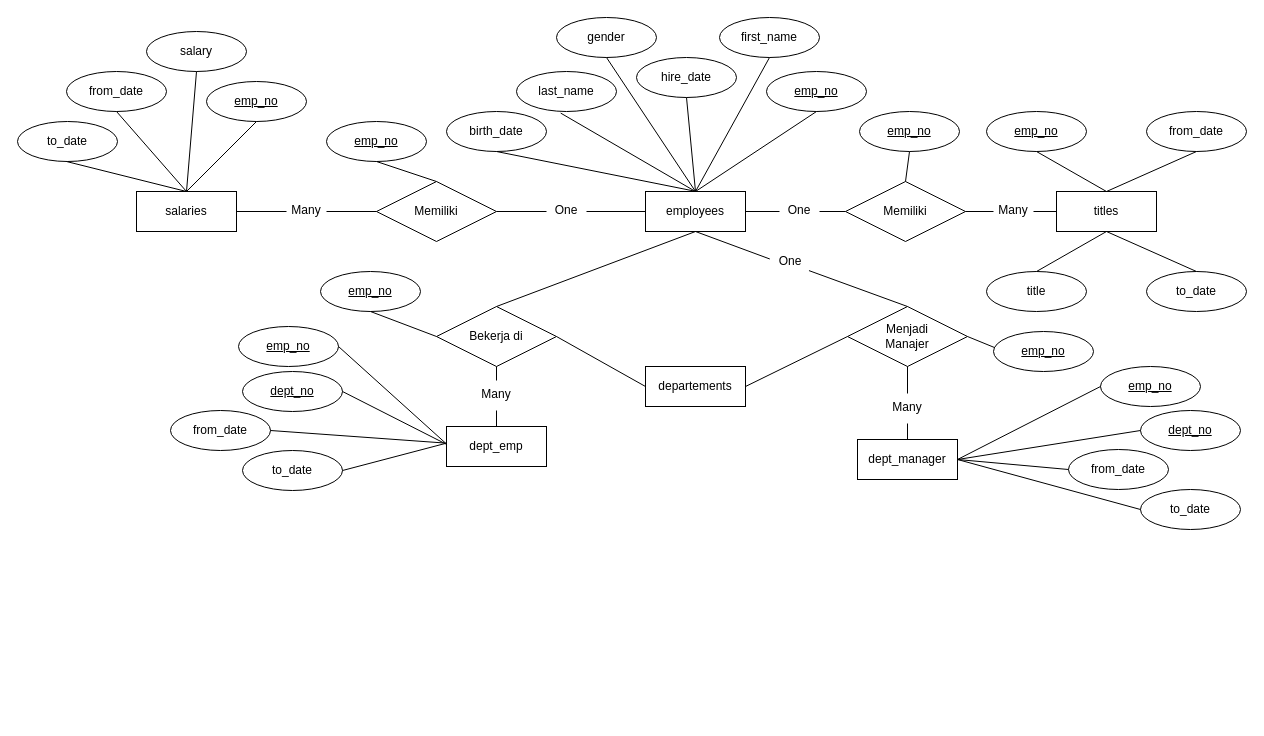
dapzz-id/DrawIO keeps this draw.io diagram as ERD1.drawio. Above is the earlier version. Source tidied: cells renumbered, new cells numbered last; positions are measured from the earlier drawing's top-left corner, leaving out a move shared by most shapes. Both pictures are drawn from the tidied source at 100%, with x=0, y=0 at pixel (17, 17).
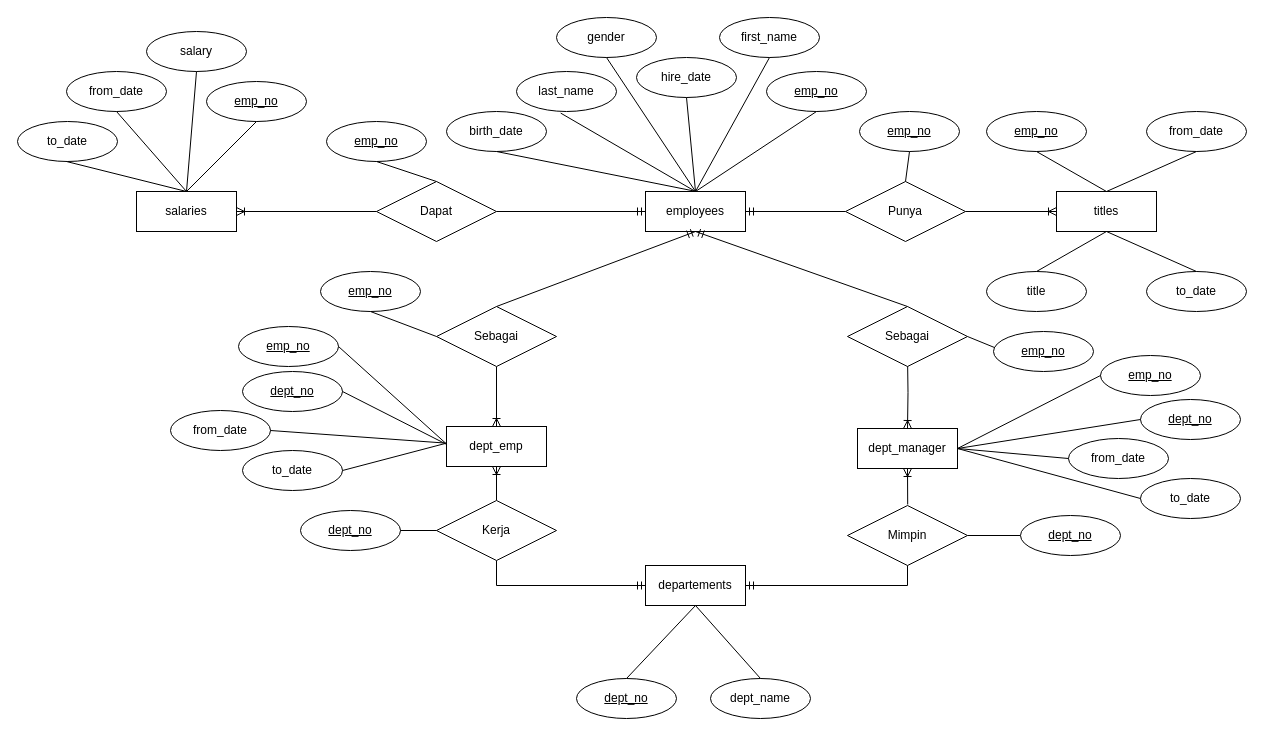
After the change.

Unchanged cells that the change refers to:
```xml
<mxCell id="4" value="employees" style="whiteSpace=wrap;html=1;align=center;" parent="1" vertex="1">
  <mxGeometry x="628" y="174" width="100" height="40" as="geometry" />
</mxCell>
<mxCell id="10" value="titles" style="whiteSpace=wrap;html=1;align=center;" parent="1" vertex="1">
  <mxGeometry x="1039" y="174" width="100" height="40" as="geometry" />
</mxCell>
<mxCell id="24" value="salaries" style="whiteSpace=wrap;html=1;align=center;" parent="1" vertex="1">
  <mxGeometry x="119" y="174" width="100" height="40" as="geometry" />
</mxCell>
<mxCell id="64" value="dept_emp" style="whiteSpace=wrap;html=1;align=center;" parent="1" vertex="1">
  <mxGeometry x="429" y="409" width="100" height="40" as="geometry" />
</mxCell>
```

The edit, as a diff of the source:
```diff
@@
-    <mxCell id="2" style="edgeStyle=orthogonalEdgeStyle;rounded=0;jettySize=auto;html=1;exitX=1;exitY=0.5;exitDx=0;exitDy=0;entryX=0;entryY=0.5;entryDx=0;entryDy=0;endArrow=none;endFill=0;" parent="1" edge="1" source="40" target="9">
-      <mxGeometry relative="1" as="geometry" />
-    </mxCell>
-    <mxCell id="3" style="edgeStyle=orthogonalEdgeStyle;rounded=0;jettySize=auto;html=1;exitX=0;exitY=0.5;exitDx=0;exitDy=0;endArrow=none;endFill=0;" parent="1" edge="1" source="42" target="26">
-      <mxGeometry relative="1" as="geometry" />
-    </mxCell>
+    <mxCell id="88" style="edgeStyle=orthogonalEdgeStyle;rounded=0;jettySize=auto;html=1;exitX=1;exitY=0.5;exitDx=0;exitDy=0;entryX=0;entryY=0.5;entryDx=0;entryDy=0;endArrow=none;endFill=0;startArrow=ERmandOne;startFill=0;" parent="1" edge="1" source="4" target="9">
+      <mxGeometry relative="1" as="geometry" />
+    </mxCell>
@@
-    <mxCell id="8" style="edgeStyle=orthogonalEdgeStyle;rounded=0;jettySize=auto;html=1;exitX=1;exitY=0.5;exitDx=0;exitDy=0;entryX=0;entryY=0.5;entryDx=0;entryDy=0;endArrow=none;endFill=0;" parent="1" edge="1" source="46" target="10">
-      <mxGeometry relative="1" as="geometry" />
-    </mxCell>
+    <mxCell id="89" style="edgeStyle=orthogonalEdgeStyle;rounded=0;jettySize=auto;html=1;exitX=1;exitY=0.5;exitDx=0;exitDy=0;entryX=0;entryY=0.5;entryDx=0;entryDy=0;endArrow=ERoneToMany;endFill=0;" parent="1" edge="1" source="9" target="10">
+      <mxGeometry relative="1" as="geometry" />
+    </mxCell>
-    <mxCell id="9" value="Memiliki" style="shape=rhombus;perimeter=rhombusPerimeter;whiteSpace=wrap;html=1;align=center;" parent="1" vertex="1">
+    <mxCell id="9" value="Punya" style="shape=rhombus;perimeter=rhombusPerimeter;whiteSpace=wrap;html=1;align=center;" parent="1" vertex="1">
       <mxGeometry x="828" y="164" width="120" height="60" as="geometry" />
     </mxCell>
@@
+    <mxCell id="90" style="edgeStyle=orthogonalEdgeStyle;rounded=0;jettySize=auto;html=1;exitX=1;exitY=0.5;exitDx=0;exitDy=0;entryX=0;entryY=0.5;entryDx=0;entryDy=0;endArrow=none;endFill=0;startArrow=ERoneToMany;startFill=0;" parent="1" edge="1" source="24" target="26">
+      <mxGeometry relative="1" as="geometry" />
+    </mxCell>
@@
-    <mxCell id="25" style="edgeStyle=orthogonalEdgeStyle;rounded=0;jettySize=auto;html=1;exitX=0;exitY=0.5;exitDx=0;exitDy=0;entryX=1;entryY=0.5;entryDx=0;entryDy=0;endArrow=none;endFill=0;" parent="1" edge="1" source="44" target="24">
-      <mxGeometry relative="1" as="geometry" />
-    </mxCell>
+    <mxCell id="91" style="edgeStyle=orthogonalEdgeStyle;rounded=0;jettySize=auto;html=1;exitX=1;exitY=0.5;exitDx=0;exitDy=0;entryX=0;entryY=0.5;entryDx=0;entryDy=0;endArrow=ERmandOne;endFill=0;startArrow=none;startFill=0;" parent="1" edge="1" source="26" target="4">
+      <mxGeometry relative="1" as="geometry" />
+    </mxCell>
-    <mxCell id="26" value="Memiliki" style="shape=rhombus;perimeter=rhombusPerimeter;whiteSpace=wrap;html=1;align=center;" parent="1" vertex="1">
+    <mxCell id="26" value="Dapat" style="shape=rhombus;perimeter=rhombusPerimeter;whiteSpace=wrap;html=1;align=center;" parent="1" vertex="1">
       <mxGeometry x="359" y="164" width="120" height="60" as="geometry" />
     </mxCell>
@@
-    <mxCell id="39" style="edgeStyle=orthogonalEdgeStyle;rounded=0;jettySize=auto;html=1;exitX=1;exitY=0.5;exitDx=0;exitDy=0;entryX=0;entryY=0.5;entryDx=0;entryDy=0;endArrow=none;endFill=0;" parent="1" edge="1" source="4" target="40">
-      <mxGeometry relative="1" as="geometry" />
-    </mxCell>
-    <mxCell id="40" value="One" style="text;strokeColor=none;fillColor=none;spacingLeft=4;spacingRight=4;overflow=hidden;points=[[0,0.5],[1,0.5]];portConstraint=eastwest;fontSize=12;whiteSpace=wrap;html=1;align=center;" parent="1" vertex="1">
-      <mxGeometry x="762" y="179" width="40" height="30" as="geometry" />
-    </mxCell>
-    <mxCell id="41" style="edgeStyle=orthogonalEdgeStyle;rounded=0;jettySize=auto;html=1;exitX=0;exitY=0.5;exitDx=0;exitDy=0;endArrow=none;endFill=0;" parent="1" edge="1" source="4" target="42">
-      <mxGeometry relative="1" as="geometry" />
-    </mxCell>
-    <mxCell id="42" value="One" style="text;strokeColor=none;fillColor=none;spacingLeft=4;spacingRight=4;overflow=hidden;points=[[0,0.5],[1,0.5]];portConstraint=eastwest;fontSize=12;whiteSpace=wrap;html=1;align=center;" parent="1" vertex="1">
-      <mxGeometry x="529" y="179" width="40" height="30" as="geometry" />
-    </mxCell>
-    <mxCell id="43" style="edgeStyle=orthogonalEdgeStyle;rounded=0;jettySize=auto;html=1;exitX=0;exitY=0.5;exitDx=0;exitDy=0;entryX=1;entryY=0.5;entryDx=0;entryDy=0;endArrow=none;endFill=0;" parent="1" edge="1" source="26" target="44">
-      <mxGeometry relative="1" as="geometry" />
-    </mxCell>
-    <mxCell id="44" value="Many" style="text;strokeColor=none;fillColor=none;spacingLeft=4;spacingRight=4;overflow=hidden;points=[[0,0.5],[1,0.5]];portConstraint=eastwest;fontSize=12;whiteSpace=wrap;html=1;align=center;" parent="1" vertex="1">
-      <mxGeometry x="269" y="179" width="40" height="30" as="geometry" />
-    </mxCell>
-    <mxCell id="45" style="edgeStyle=orthogonalEdgeStyle;rounded=0;jettySize=auto;html=1;exitX=1;exitY=0.5;exitDx=0;exitDy=0;entryX=0;entryY=0.5;entryDx=0;entryDy=0;endArrow=none;endFill=0;" parent="1" edge="1" source="9" target="46">
-      <mxGeometry relative="1" as="geometry" />
-    </mxCell>
-    <mxCell id="46" value="Many" style="text;strokeColor=none;fillColor=none;spacingLeft=4;spacingRight=4;overflow=hidden;points=[[0,0.5],[1,0.5]];portConstraint=eastwest;fontSize=12;whiteSpace=wrap;html=1;align=center;" parent="1" vertex="1">
-      <mxGeometry x="976" y="179" width="40" height="30" as="geometry" />
-    </mxCell>
@@
+    <mxCell id="92" style="edgeStyle=orthogonalEdgeStyle;rounded=0;jettySize=auto;html=1;exitX=0.5;exitY=1;exitDx=0;exitDy=0;entryX=0.5;entryY=0;entryDx=0;entryDy=0;endArrow=ERoneToMany;endFill=0;" parent="1" edge="1" target="55">
+      <mxGeometry relative="1" as="geometry">
+        <mxPoint x="890" y="338" as="sourcePoint" />
+      </mxGeometry>
+    </mxCell>
-    <mxCell id="51" value="Menjadi&lt;div&gt;Manajer&lt;/div&gt;" style="shape=rhombus;perimeter=rhombusPerimeter;whiteSpace=wrap;html=1;align=center;" parent="1" vertex="1">
+    <mxCell id="51" value="Sebagai" style="shape=rhombus;perimeter=rhombusPerimeter;whiteSpace=wrap;html=1;align=center;" parent="1" vertex="1">
       <mxGeometry x="830" y="289" width="120" height="60" as="geometry" />
     </mxCell>
-    <mxCell id="52" style="endArrow=none;html=1;rounded=0;exitX=0.962;exitY=0.77;exitDx=0;exitDy=0;entryX=0.5;entryY=0;entryDx=0;entryDy=0;exitPerimeter=0;" parent="1" edge="1" source="54" target="51">
-      <mxGeometry relative="1" as="geometry" />
-    </mxCell>
-    <mxCell id="53" style="endArrow=none;html=1;rounded=0;exitX=0.5;exitY=1;exitDx=0;exitDy=0;entryX=-0.017;entryY=0.383;entryDx=0;entryDy=0;entryPerimeter=0;" parent="1" edge="1" source="4" target="54">
-      <mxGeometry relative="1" as="geometry" />
-    </mxCell>
-    <mxCell id="54" value="One" style="text;strokeColor=none;fillColor=none;spacingLeft=4;spacingRight=4;overflow=hidden;points=[[0,0.5],[1,0.5]];portConstraint=eastwest;fontSize=12;whiteSpace=wrap;html=1;align=center;" parent="1" vertex="1">
-      <mxGeometry x="753" y="230" width="40" height="30" as="geometry" />
-    </mxCell>
+    <mxCell id="93" style="edgeStyle=orthogonalEdgeStyle;rounded=0;jettySize=auto;html=1;exitX=0.5;exitY=1;exitDx=0;exitDy=0;endArrow=none;endFill=0;startArrow=ERoneToMany;startFill=0;" parent="1" edge="1" source="55">
+      <mxGeometry relative="1" as="geometry">
+        <mxPoint x="890.2" y="487" as="targetPoint" />
+      </mxGeometry>
+    </mxCell>
     <mxCell id="55" value="dept_manager" style="whiteSpace=wrap;html=1;align=center;" parent="1" vertex="1">
-      <mxGeometry x="840" y="422" width="100" height="40" as="geometry" />
+      <mxGeometry x="840" y="411" width="100" height="40" as="geometry" />
     </mxCell>
-    <mxCell id="56" style="endArrow=none;html=1;rounded=0;entryX=0.5;entryY=0;entryDx=0;entryDy=0;exitX=0.5;exitY=1;exitDx=0;exitDy=0;" parent="1" edge="1" source="58" target="55">
-      <mxGeometry relative="1" as="geometry" />
-    </mxCell>
-    <mxCell id="57" style="endArrow=none;html=1;rounded=0;entryX=0.5;entryY=0;entryDx=0;entryDy=0;exitX=0.5;exitY=1;exitDx=0;exitDy=0;" parent="1" edge="1" source="51" target="58">
-      <mxGeometry relative="1" as="geometry" />
-    </mxCell>
-    <mxCell id="58" value="Many" style="text;strokeColor=none;fillColor=none;spacingLeft=4;spacingRight=4;overflow=hidden;points=[[0,0.5],[1,0.5]];portConstraint=eastwest;fontSize=12;whiteSpace=wrap;html=1;align=center;" parent="1" vertex="1">
-      <mxGeometry x="870" y="376" width="40" height="30" as="geometry" />
-    </mxCell>
     <mxCell id="59" value="dept_no" style="ellipse;whiteSpace=wrap;html=1;align=center;fontStyle=4;" parent="1" vertex="1">
-      <mxGeometry x="1123" y="393" width="100" height="40" as="geometry" />
+      <mxGeometry x="1123" y="382" width="100" height="40" as="geometry" />
     </mxCell>
     <mxCell id="60" value="emp_no" style="ellipse;whiteSpace=wrap;html=1;align=center;fontStyle=4;" parent="1" vertex="1">
-      <mxGeometry x="1083" y="349" width="100" height="40" as="geometry" />
+      <mxGeometry x="1083" y="338" width="100" height="40" as="geometry" />
     </mxCell>
@@
+    <mxCell id="94" style="edgeStyle=orthogonalEdgeStyle;rounded=0;jettySize=auto;html=1;exitX=0.5;exitY=1;exitDx=0;exitDy=0;endArrow=ERoneToMany;endFill=0;" parent="1" edge="1" source="63" target="64">
+      <mxGeometry relative="1" as="geometry" />
+    </mxCell>
-    <mxCell id="63" value="Bekerja di" style="shape=rhombus;perimeter=rhombusPerimeter;whiteSpace=wrap;html=1;align=center;" parent="1" vertex="1">
+    <mxCell id="63" value="Sebagai" style="shape=rhombus;perimeter=rhombusPerimeter;whiteSpace=wrap;html=1;align=center;" parent="1" vertex="1">
       <mxGeometry x="419" y="289" width="120" height="60" as="geometry" />
     </mxCell>
+    <mxCell id="95" style="edgeStyle=orthogonalEdgeStyle;rounded=0;jettySize=auto;html=1;exitX=0.5;exitY=1;exitDx=0;exitDy=0;entryX=0.5;entryY=0;entryDx=0;entryDy=0;endArrow=none;endFill=0;startArrow=ERoneToMany;startFill=0;" parent="1" edge="1" source="64" target="101">
+      <mxGeometry relative="1" as="geometry" />
+    </mxCell>
@@
-    <mxCell id="65" style="endArrow=none;html=1;rounded=0;entryX=0.5;entryY=0;entryDx=0;entryDy=0;exitX=0.5;exitY=1;exitDx=0;exitDy=0;" parent="1" edge="1" source="67" target="64">
-      <mxGeometry relative="1" as="geometry" />
-    </mxCell>
-    <mxCell id="66" style="endArrow=none;html=1;rounded=0;entryX=0.5;entryY=0;entryDx=0;entryDy=0;exitX=0.5;exitY=1;exitDx=0;exitDy=0;" parent="1" edge="1" source="63" target="67">
-      <mxGeometry relative="1" as="geometry" />
-    </mxCell>
-    <mxCell id="67" value="Many" style="text;strokeColor=none;fillColor=none;spacingLeft=4;spacingRight=4;overflow=hidden;points=[[0,0.5],[1,0.5]];portConstraint=eastwest;fontSize=12;whiteSpace=wrap;html=1;align=center;" parent="1" vertex="1">
-      <mxGeometry x="459" y="363" width="40" height="30" as="geometry" />
-    </mxCell>
@@
-    <mxCell id="70" style="endArrow=none;html=1;rounded=0;entryX=0.5;entryY=1;entryDx=0;entryDy=0;exitX=0.5;exitY=0;exitDx=0;exitDy=0;" parent="1" edge="1" source="63" target="4">
-      <mxGeometry relative="1" as="geometry" />
-    </mxCell>
     <mxCell id="71" value="from_date" style="ellipse;whiteSpace=wrap;html=1;align=center;" parent="1" vertex="1">
-      <mxGeometry x="1051" y="432" width="100" height="40" as="geometry" />
+      <mxGeometry x="1051" y="421" width="100" height="40" as="geometry" />
     </mxCell>
@@
     <mxCell id="73" value="to_date" style="ellipse;whiteSpace=wrap;html=1;align=center;" parent="1" vertex="1">
-      <mxGeometry x="1123" y="472" width="100" height="40" as="geometry" />
+      <mxGeometry x="1123" y="461" width="100" height="40" as="geometry" />
     </mxCell>
@@
     <mxCell id="85" value="departements" style="whiteSpace=wrap;html=1;align=center;" parent="1" vertex="1">
-      <mxGeometry x="628" y="349" width="100" height="40" as="geometry" />
+      <mxGeometry x="628" y="548" width="100" height="40" as="geometry" />
     </mxCell>
-    <mxCell id="86" style="endArrow=none;html=1;rounded=0;exitX=1;exitY=0.5;exitDx=0;exitDy=0;entryX=0;entryY=0.5;entryDx=0;entryDy=0;" parent="1" edge="1" source="63" target="85">
-      <mxGeometry relative="1" as="geometry" />
-    </mxCell>
-    <mxCell id="87" style="endArrow=none;html=1;rounded=0;entryX=0;entryY=0.5;entryDx=0;entryDy=0;exitX=1;exitY=0.5;exitDx=0;exitDy=0;" parent="1" edge="1" source="85" target="51">
-      <mxGeometry relative="1" as="geometry" />
-    </mxCell>
+    <mxCell id="96" value="dept_no" style="ellipse;whiteSpace=wrap;html=1;align=center;fontStyle=4;" parent="1" vertex="1">
+      <mxGeometry x="559" y="661" width="100" height="40" as="geometry" />
+    </mxCell>
+    <mxCell id="97" value="dept_name" style="ellipse;whiteSpace=wrap;html=1;align=center;" parent="1" vertex="1">
+      <mxGeometry x="693" y="661" width="100" height="40" as="geometry" />
+    </mxCell>
+    <mxCell id="98" style="endArrow=none;html=1;rounded=0;exitX=0.5;exitY=1;exitDx=0;exitDy=0;entryX=0.5;entryY=0;entryDx=0;entryDy=0;" parent="1" edge="1" source="85" target="96">
+      <mxGeometry relative="1" as="geometry" />
+    </mxCell>
+    <mxCell id="70" style="endArrow=ERmandOne;html=1;rounded=0;exitX=0.5;exitY=0;exitDx=0;exitDy=0;entryX=0.5;entryY=1;entryDx=0;entryDy=0;startArrow=none;startFill=0;endFill=0;" parent="1" edge="1" source="63" target="4">
+      <mxGeometry relative="1" as="geometry" />
+    </mxCell>
+    <mxCell id="99" style="endArrow=none;html=1;rounded=0;exitX=0.5;exitY=1;exitDx=0;exitDy=0;entryX=0.5;entryY=0;entryDx=0;entryDy=0;endFill=0;startArrow=ERmandOne;startFill=0;" parent="1" edge="1" source="4" target="51">
+      <mxGeometry relative="1" as="geometry" />
+    </mxCell>
+    <mxCell id="100" style="edgeStyle=orthogonalEdgeStyle;rounded=0;jettySize=auto;html=1;exitX=0.5;exitY=1;exitDx=0;exitDy=0;entryX=0;entryY=0.5;entryDx=0;entryDy=0;endArrow=ERmandOne;endFill=0;" parent="1" edge="1" source="101" target="85">
+      <mxGeometry relative="1" as="geometry" />
+    </mxCell>
+    <mxCell id="101" value="Kerja" style="shape=rhombus;perimeter=rhombusPerimeter;whiteSpace=wrap;html=1;align=center;" parent="1" vertex="1">
+      <mxGeometry x="419" y="483" width="120" height="60" as="geometry" />
+    </mxCell>
+    <mxCell id="102" style="edgeStyle=orthogonalEdgeStyle;rounded=0;jettySize=auto;html=1;exitX=0.5;exitY=1;exitDx=0;exitDy=0;entryX=1;entryY=0.5;entryDx=0;entryDy=0;endArrow=ERmandOne;endFill=0;" parent="1" edge="1" source="104" target="85">
+      <mxGeometry relative="1" as="geometry" />
+    </mxCell>
+    <mxCell id="103" style="edgeStyle=orthogonalEdgeStyle;rounded=0;jettySize=auto;html=1;exitX=1;exitY=0.5;exitDx=0;exitDy=0;endArrow=none;endFill=0;" parent="1" edge="1" source="104" target="108">
+      <mxGeometry relative="1" as="geometry" />
+    </mxCell>
+    <mxCell id="104" value="Mimpin" style="shape=rhombus;perimeter=rhombusPerimeter;whiteSpace=wrap;html=1;align=center;" parent="1" vertex="1">
+      <mxGeometry x="830" y="488" width="120" height="60" as="geometry" />
+    </mxCell>
+    <mxCell id="105" style="endArrow=none;html=1;rounded=0;exitX=0.5;exitY=0;exitDx=0;exitDy=0;entryX=0.5;entryY=1;entryDx=0;entryDy=0;" parent="1" edge="1" source="97" target="85">
+      <mxGeometry relative="1" as="geometry" />
+    </mxCell>
+    <mxCell id="106" value="dept_no" style="ellipse;whiteSpace=wrap;html=1;align=center;fontStyle=4;" parent="1" vertex="1">
+      <mxGeometry x="283" y="493" width="100" height="40" as="geometry" />
+    </mxCell>
+    <mxCell id="107" style="endArrow=none;html=1;rounded=0;exitX=1;exitY=0.5;exitDx=0;exitDy=0;entryX=0;entryY=0.5;entryDx=0;entryDy=0;" parent="1" edge="1" source="106" target="101">
+      <mxGeometry relative="1" as="geometry" />
+    </mxCell>
+    <mxCell id="108" value="dept_no" style="ellipse;whiteSpace=wrap;html=1;align=center;fontStyle=4;" parent="1" vertex="1">
+      <mxGeometry x="1003" y="498" width="100" height="40" as="geometry" />
+    </mxCell>
```
